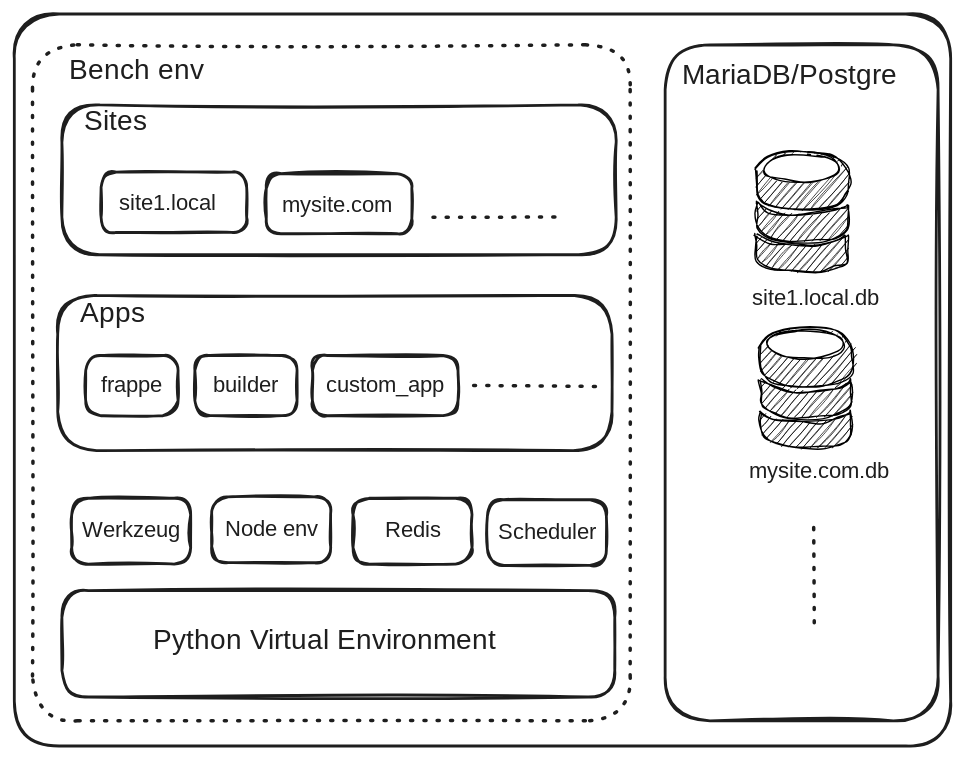
Above: architecture.excalidraw.svg in aristide/frappe-framework (Excalidraw), before the change. Source tidied: one line per element, renumbered; positions are measured from the earlier drawing's top-left corner, leaving out a move shared by most shapes.
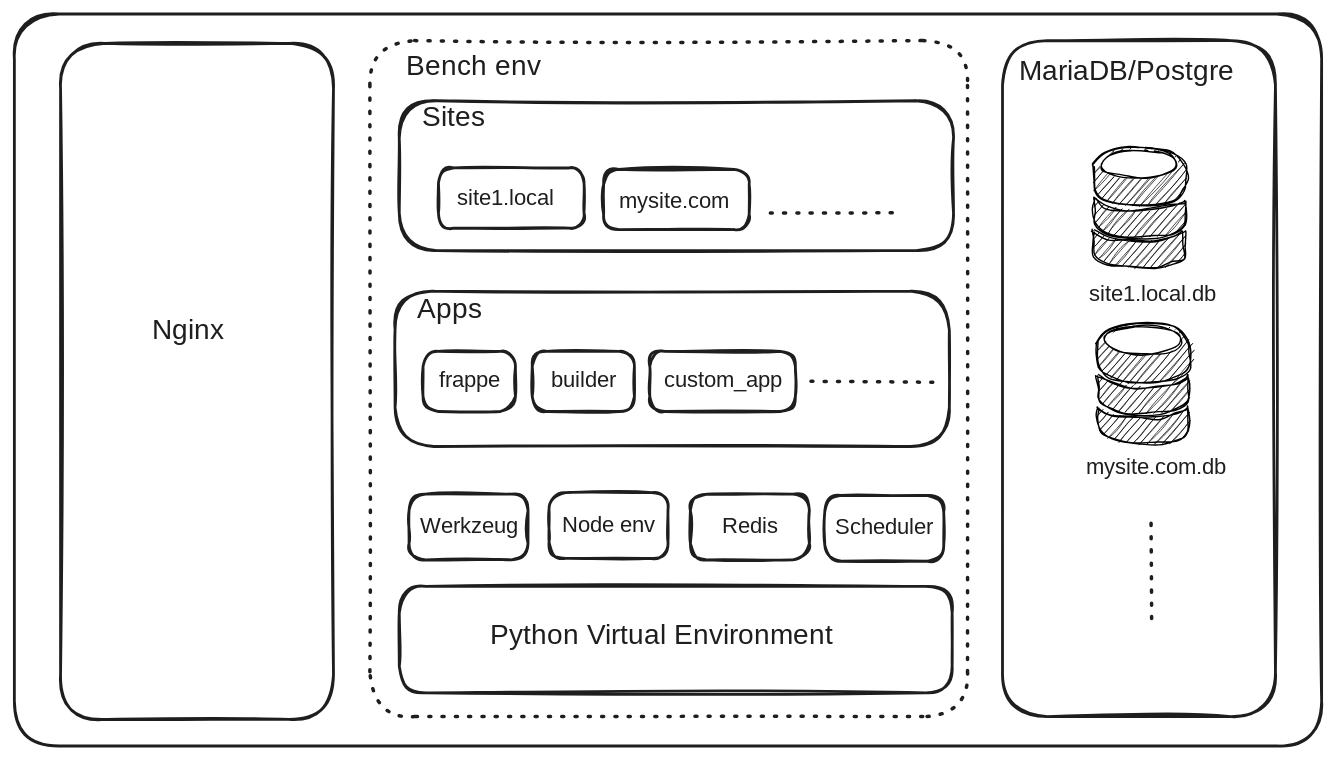
After the change.

What changed in the source:
```diff
@@ -1,10 +1,12 @@
-{"id": 0, "type": "rectangle", "strokeColor": "#1e1e1e", "strokeWidth": 2, "roughness": 1, "round": true, "x": 0, "y": 0, "width": 669, "height": 523}
+{"id": 0, "type": "rectangle", "strokeColor": "#1e1e1e", "strokeWidth": 2, "roughness": 1, "round": true, "x": -241, "y": 3, "width": 934, "height": 523}
 {"id": 1, "type": "rectangle", "strokeColor": "#1e1e1e", "strokeWidth": 2, "roughness": 1, "round": true, "x": 34, "y": 65, "width": 396, "height": 107}
 {"id": 2, "type": "rectangle", "strokeColor": "#1e1e1e", "strokeWidth": 2, "roughness": 1, "round": true, "x": 31, "y": 201, "width": 396, "height": 111}
 {"id": 3, "type": "text", "text": "Sites", "strokeColor": "#1e1e1e", "strokeWidth": 2, "roughness": 1, "fontSize": 20, "fontFamily": 1, "x": 50, "y": 65, "width": 50, "height": 25}
 {"id": 4, "type": "text", "text": "MariaDB/Postgre", "strokeColor": "#1e1e1e", "strokeWidth": 2, "roughness": 1, "fontSize": 20, "fontFamily": 1, "x": 477, "y": 32, "width": 171, "height": 25}
+{"id": 42, "type": "text", "text": "Nginx", "strokeColor": "#1e1e1e", "strokeWidth": 2, "roughness": 1, "fontSize": 20, "fontFamily": 1, "x": -143, "y": 217, "width": 48, "height": 25}
 {"id": 5, "type": "text", "text": "Apps", "strokeColor": "#1e1e1e", "strokeWidth": 2, "roughness": 1, "fontSize": 20, "fontFamily": 1, "x": 47, "y": 202, "width": 44, "height": 25}
 {"id": 6, "type": "rectangle", "strokeColor": "#1e1e1e", "strokeWidth": 2, "roughness": 1, "round": true, "x": 465, "y": 22, "width": 195, "height": 483}
+{"id": 43, "type": "rectangle", "strokeColor": "#1e1e1e", "strokeWidth": 2, "roughness": 1, "round": true, "x": -208, "y": 24, "width": 195, "height": 483}
 {"id": 7, "type": "rectangle", "strokeColor": "#1e1e1e", "strokeWidth": 2, "roughness": 1, "round": true, "x": 34, "y": 412, "width": 395, "height": 76}
 {"id": 8, "type": "line", "strokeColor": "#000000", "backgroundColor": "#000000", "fillStyle": "hachure", "strokeWidth": 1, "roughness": 1, "round": true, "x": 530, "y": 112, "width": 66, "height": 42, "points": [[0, 0], [0, 9], [1, 18], [8, 25], [23, 28], [43, 28], [58, 25], [65, 19], [66, 9], [65, -1], [57, -10], [41, -14], [22, -13], [7, -8], [0, 0]]}
 {"id": 9, "type": "ellipse", "strokeColor": "#000000", "backgroundColor": "#ffff", "fillStyle": "solid", "strokeWidth": 1, "roughness": 1, "x": 536, "y": 100, "width": 54, "height": 21}
```
